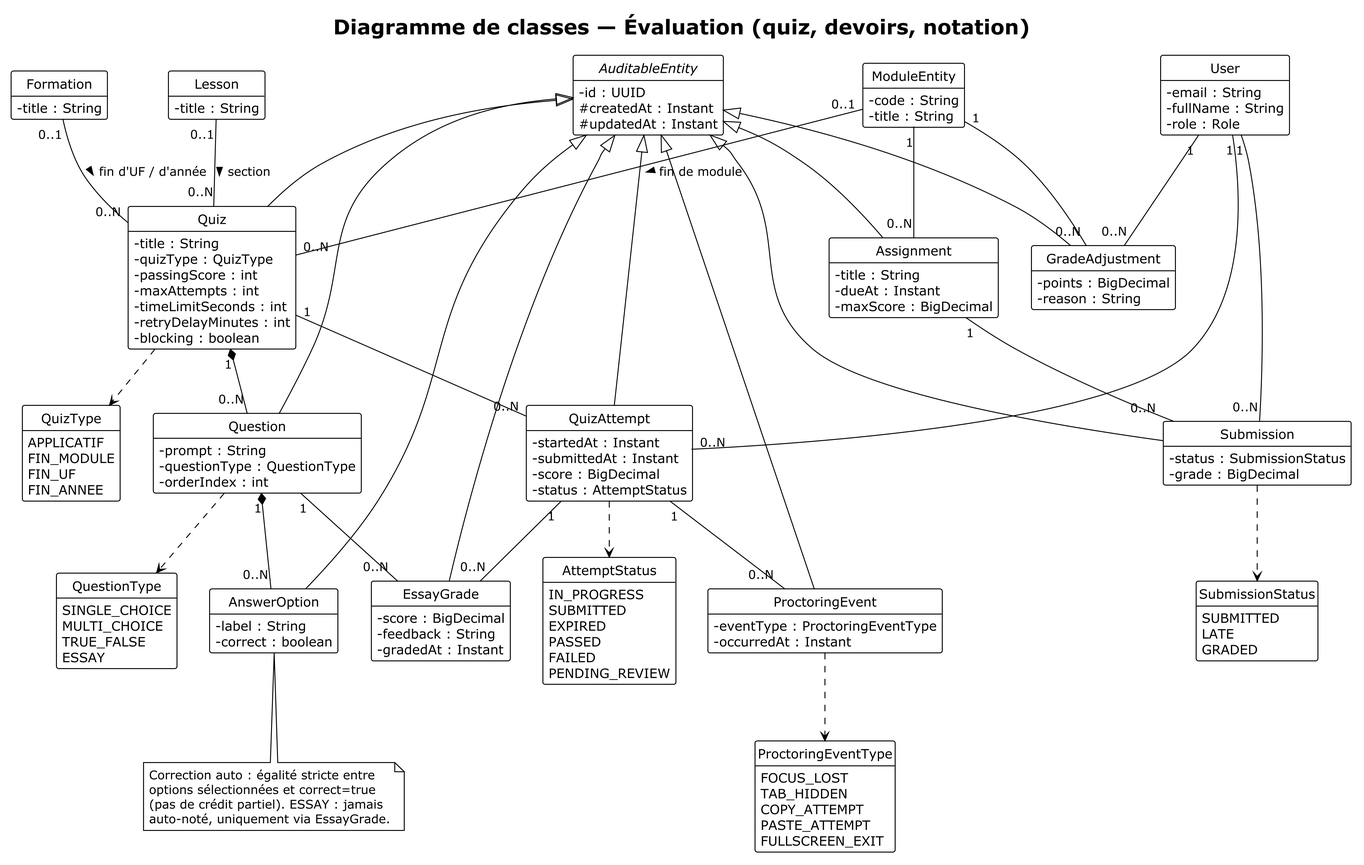
Above: diagrammes/images/diagramme_classes_evaluation.png in aminecharro01/E-learning (PlantUML), before the change.
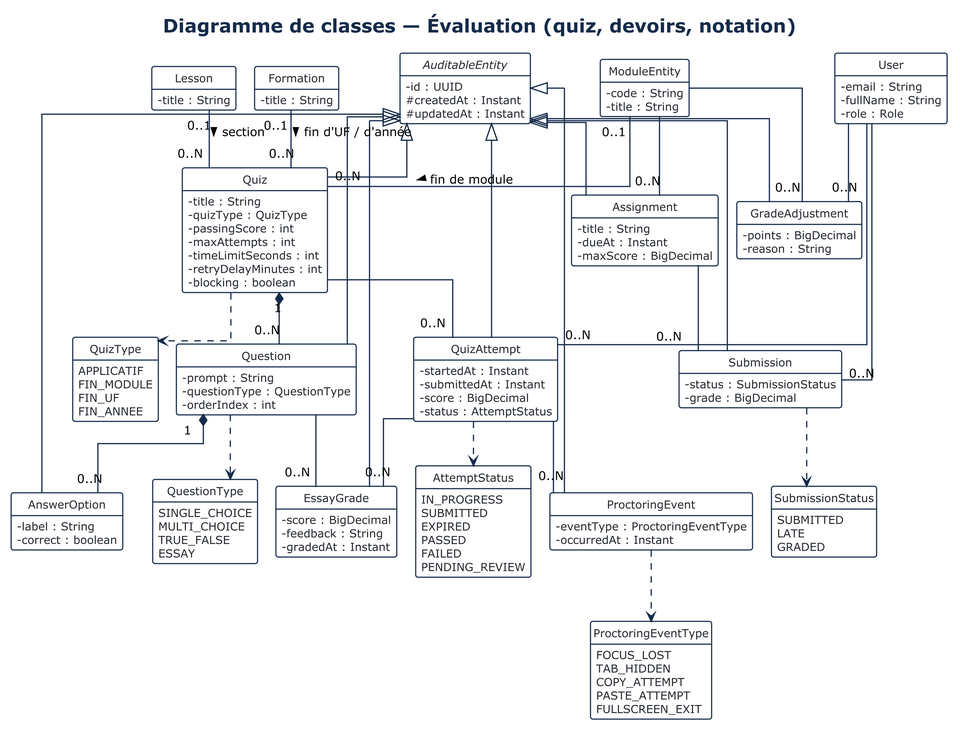
After the change.

Commit message:
Apply the ensemble diagram's style to the 3 detailed class diagrams

The edit, as a diff of the source:
```diff
@@ -1,9 +1,34 @@
 @startuml diagramme_classes_evaluation
 !theme plain
+
 skinparam dpi 300
+skinparam shadowing false
 skinparam classAttributeIconSize 0
+skinparam linetype ortho
 hide circle
 hide empty members
+
+skinparam nodesep 20
+skinparam ranksep 48
+
+skinparam class {
+    BackgroundColor White
+    BorderColor #142B4B
+    BorderThickness 1.2
+    ArrowColor #142B4B
+    ArrowThickness 1.3
+    FontColor #142B4B
+    FontStyle Bold
+    AttributeFontColor #23282F
+    AttributeFontStyle Normal
+    AttributeFontSize 12
+}
+
+skinparam title {
+    FontColor #142B4B
+    FontSize 20
+    FontStyle Bold
+}
 
 title Diagramme de classes — Évaluation (quiz, devoirs, notation)
 
@@ -146,23 +171,16 @@
 Quiz "1" *-- "0..N" Question
 Question "1" *-- "0..N" AnswerOption
 
-User "1" -- "0..N" QuizAttempt
-Quiz "1" -- "0..N" QuizAttempt
-QuizAttempt "1" -- "0..N" EssayGrade
-QuizAttempt "1" -- "0..N" ProctoringEvent
-Question "1" -- "0..N" EssayGrade
+User -- "0..N" QuizAttempt
+Quiz -- "0..N" QuizAttempt
+QuizAttempt -- "0..N" EssayGrade
+QuizAttempt -- "0..N" ProctoringEvent
+Question -- "0..N" EssayGrade
 
-ModuleEntity "1" -- "0..N" Assignment
-Assignment "1" -- "0..N" Submission
-User "1" -- "0..N" Submission
-User "1" -- "0..N" GradeAdjustment
-ModuleEntity "1" -- "0..N" GradeAdjustment
-
-note bottom of AnswerOption
-  Correction auto : égalité stricte entre
-  options sélectionnées et correct=true
-  (pas de crédit partiel). ESSAY : jamais
-  auto-noté, uniquement via EssayGrade.
-end note
+ModuleEntity -- "0..N" Assignment
+Assignment -- "0..N" Submission
+User -- "0..N" Submission
+User -- "0..N" GradeAdjustment
+ModuleEntity -- "0..N" GradeAdjustment
 
 @enduml
```
